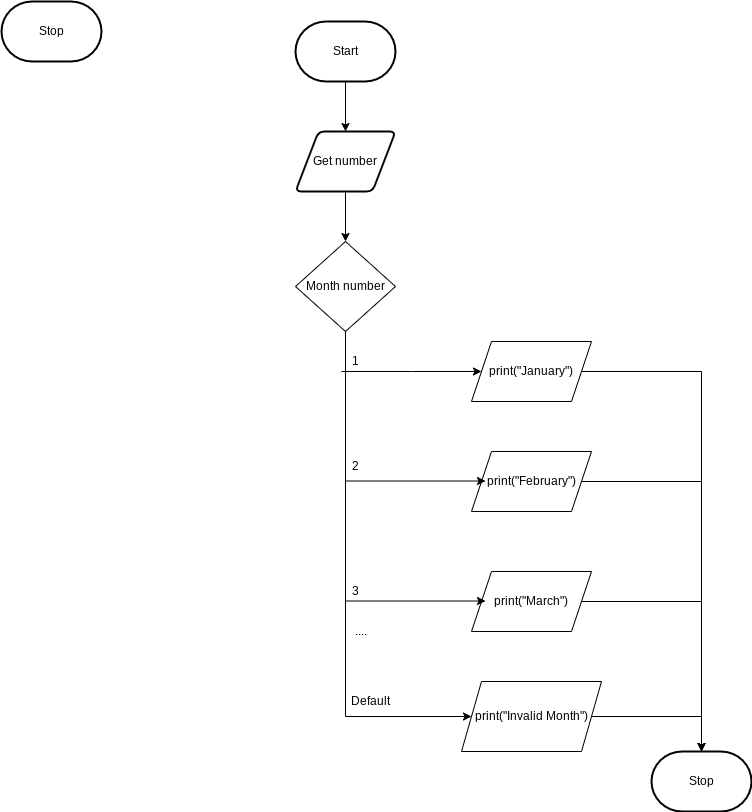
michael-clermont1/ICS3U-Unit3-05-Python keeps this draw.io diagram as flowchart.png. Above is the earlier version. Source tidied: cells renumbered, new cells last; positions are measured from the earlier drawing's top-left corner, leaving out a move shared by most shapes. Its diagram source:
```xml
<mxGraphModel>
  <root>
    <mxCell id="0" />
    <mxCell id="1" parent="0" />
    <mxCell id="2" style="edgeStyle=orthogonalEdgeStyle;rounded=0;html=1;" parent="1" edge="1" source="3" target="8">
      <mxGeometry relative="1" as="geometry" />
    </mxCell>
    <mxCell id="3" value="Get number" style="shape=parallelogram;html=1;strokeWidth=2;perimeter=parallelogramPerimeter;whiteSpace=wrap;rounded=1;arcSize=12;size=0.23;" parent="1" vertex="1">
      <mxGeometry x="294" y="130" width="100" height="60" as="geometry" />
    </mxCell>
    <mxCell id="4" style="edgeStyle=orthogonalEdgeStyle;html=1;entryX=0.5;entryY=0;entryDx=0;entryDy=0;rounded=0;" parent="1" edge="1" source="5" target="3">
      <mxGeometry relative="1" as="geometry" />
    </mxCell>
    <mxCell id="5" value="Start" style="strokeWidth=2;html=1;shape=mxgraph.flowchart.terminator;whiteSpace=wrap;" parent="1" vertex="1">
      <mxGeometry x="294" y="20" width="100" height="60" as="geometry" />
    </mxCell>
    <mxCell id="6" value="Stop" style="strokeWidth=2;html=1;shape=mxgraph.flowchart.terminator;whiteSpace=wrap;" parent="1" vertex="1">
      <mxGeometry width="100" height="60" as="geometry" />
    </mxCell>
    <mxCell id="7" style="edgeStyle=orthogonalEdgeStyle;html=1;entryX=0;entryY=0.5;entryDx=0;entryDy=0;rounded=0;" parent="1" edge="1" source="8" target="17">
      <mxGeometry relative="1" as="geometry">
        <Array as="points">
          <mxPoint x="344" y="715" />
        </Array>
      </mxGeometry>
    </mxCell>
    <mxCell id="8" value="Month number" style="rhombus;whiteSpace=wrap;html=1;" parent="1" vertex="1">
      <mxGeometry x="294" y="240" width="100" height="90" as="geometry" />
    </mxCell>
    <mxCell id="9" style="edgeStyle=orthogonalEdgeStyle;rounded=0;html=1;entryX=0;entryY=0.5;entryDx=0;entryDy=0;" parent="1" edge="1" target="11">
      <mxGeometry relative="1" as="geometry">
        <mxPoint x="340" y="370" as="sourcePoint" />
        <Array as="points">
          <mxPoint x="410" y="370" />
          <mxPoint x="410" y="370" />
        </Array>
      </mxGeometry>
    </mxCell>
    <mxCell id="10" style="edgeStyle=orthogonalEdgeStyle;rounded=0;html=1;exitX=1;exitY=0.5;exitDx=0;exitDy=0;entryX=0.5;entryY=0;entryDx=0;entryDy=0;entryPerimeter=0;" parent="1" edge="1" source="11" target="25">
      <mxGeometry relative="1" as="geometry" />
    </mxCell>
    <mxCell id="11" value="print(&quot;January&quot;)" style="shape=parallelogram;perimeter=parallelogramPerimeter;whiteSpace=wrap;html=1;fixedSize=1;" parent="1" vertex="1">
      <mxGeometry x="470" y="340" width="120" height="60" as="geometry" />
    </mxCell>
    <mxCell id="12" style="edgeStyle=orthogonalEdgeStyle;rounded=0;html=1;entryX=0.5;entryY=0;entryDx=0;entryDy=0;entryPerimeter=0;" parent="1" edge="1" source="13" target="25">
      <mxGeometry relative="1" as="geometry" />
    </mxCell>
    <mxCell id="13" value="print(&quot;February&quot;)" style="shape=parallelogram;perimeter=parallelogramPerimeter;whiteSpace=wrap;html=1;fixedSize=1;" parent="1" vertex="1">
      <mxGeometry x="470" y="450" width="120" height="60" as="geometry" />
    </mxCell>
    <mxCell id="14" style="edgeStyle=orthogonalEdgeStyle;rounded=0;html=1;entryX=0.5;entryY=0;entryDx=0;entryDy=0;entryPerimeter=0;" parent="1" edge="1" source="15" target="25">
      <mxGeometry relative="1" as="geometry" />
    </mxCell>
    <mxCell id="15" value="print(&quot;March&quot;)" style="shape=parallelogram;perimeter=parallelogramPerimeter;whiteSpace=wrap;html=1;fixedSize=1;" parent="1" vertex="1">
      <mxGeometry x="470" y="570" width="120" height="60" as="geometry" />
    </mxCell>
    <mxCell id="16" style="edgeStyle=orthogonalEdgeStyle;rounded=0;html=1;entryX=0;entryY=0.5;entryDx=0;entryDy=0;entryPerimeter=0;" parent="1" edge="1" source="17" target="25">
      <mxGeometry relative="1" as="geometry">
        <Array as="points">
          <mxPoint x="700" y="715" />
          <mxPoint x="700" y="780" />
        </Array>
      </mxGeometry>
    </mxCell>
    <mxCell id="17" value="print(&quot;Invalid Month&quot;)" style="shape=parallelogram;perimeter=parallelogramPerimeter;whiteSpace=wrap;html=1;fixedSize=1;" parent="1" vertex="1">
      <mxGeometry x="460" y="680" width="140" height="70" as="geometry" />
    </mxCell>
    <mxCell id="18" style="edgeStyle=orthogonalEdgeStyle;rounded=0;html=1;entryX=0;entryY=0.5;entryDx=0;entryDy=0;" parent="1" edge="1">
      <mxGeometry relative="1" as="geometry">
        <mxPoint x="344" y="479.5" as="sourcePoint" />
        <mxPoint x="484" y="479.5" as="targetPoint" />
      </mxGeometry>
    </mxCell>
    <mxCell id="19" style="edgeStyle=orthogonalEdgeStyle;rounded=0;html=1;entryX=0;entryY=0.5;entryDx=0;entryDy=0;" parent="1" edge="1">
      <mxGeometry relative="1" as="geometry">
        <mxPoint x="344" y="599.5" as="sourcePoint" />
        <mxPoint x="484" y="599.5" as="targetPoint" />
      </mxGeometry>
    </mxCell>
    <mxCell id="20" value="1" style="text;html=1;align=center;verticalAlign=middle;strokeColor=none;fillColor=none;" parent="1" vertex="1">
      <mxGeometry x="344" y="350" width="20" height="20" as="geometry" />
    </mxCell>
    <mxCell id="21" value="2" style="text;html=1;align=center;verticalAlign=middle;strokeColor=none;fillColor=none;" parent="1" vertex="1">
      <mxGeometry x="344" y="455" width="20" height="20" as="geometry" />
    </mxCell>
    <mxCell id="22" value="3" style="text;html=1;align=center;verticalAlign=middle;strokeColor=none;fillColor=none;" parent="1" vertex="1">
      <mxGeometry x="344" y="580" width="20" height="20" as="geometry" />
    </mxCell>
    <mxCell id="23" value="Default" style="text;html=1;align=center;verticalAlign=middle;strokeColor=none;fillColor=none;" parent="1" vertex="1">
      <mxGeometry x="344" y="690" width="50" height="20" as="geometry" />
    </mxCell>
    <mxCell id="24" value="...." style="text;html=1;align=center;verticalAlign=middle;strokeColor=none;fillColor=none;" parent="1" vertex="1">
      <mxGeometry x="344" y="620" width="30" height="20" as="geometry" />
    </mxCell>
    <mxCell id="25" value="Stop" style="strokeWidth=2;html=1;shape=mxgraph.flowchart.terminator;whiteSpace=wrap;" parent="1" vertex="1">
      <mxGeometry x="650" y="750" width="100" height="60" as="geometry" />
    </mxCell>
  </root>
</mxGraphModel>
```
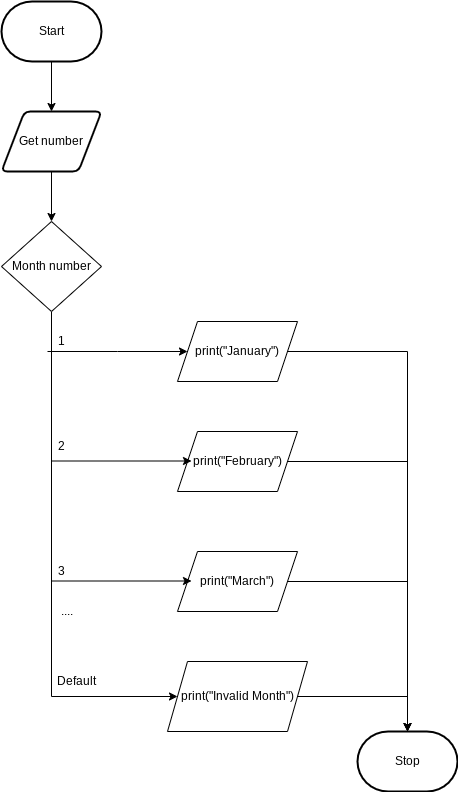
The same diagram one commit later.

The edit, as a diff of the source:
```diff
@@ -14,9 +14,6 @@
     <mxCell id="5" value="Start" style="strokeWidth=2;html=1;shape=mxgraph.flowchart.terminator;whiteSpace=wrap;" parent="1" vertex="1">
       <mxGeometry x="294" y="20" width="100" height="60" as="geometry" />
     </mxCell>
-    <mxCell id="6" value="Stop" style="strokeWidth=2;html=1;shape=mxgraph.flowchart.terminator;whiteSpace=wrap;" parent="1" vertex="1">
-      <mxGeometry width="100" height="60" as="geometry" />
-    </mxCell>
     <mxCell id="7" style="edgeStyle=orthogonalEdgeStyle;html=1;entryX=0;entryY=0.5;entryDx=0;entryDy=0;rounded=0;" parent="1" edge="1" source="8" target="17">
       <mxGeometry relative="1" as="geometry">
         <Array as="points">
```
